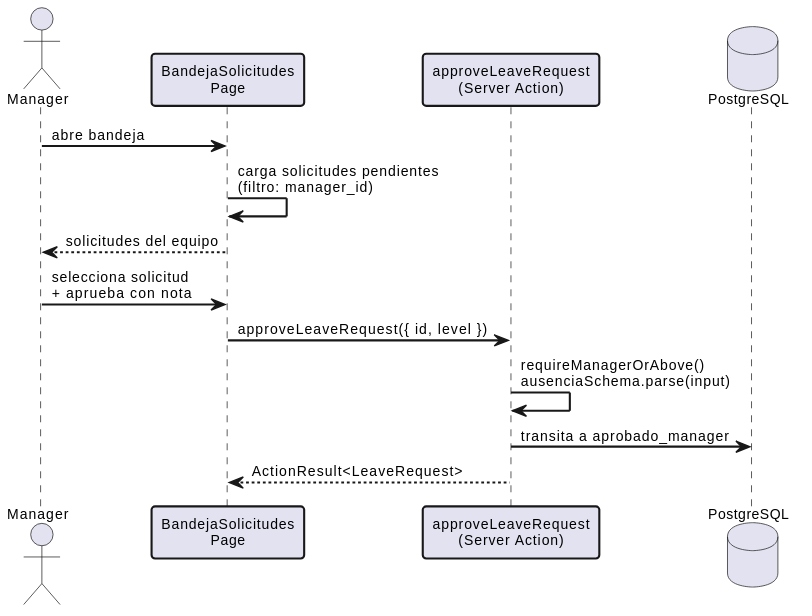
lostal/seven-suite keeps this PlantUML diagram as modelosUML/svg/seqGestionarSolicitud.svg. Above is the earlier version. Its diagram source:
```plantuml
@startuml
skinparam linetype polyline
skinparam defaultFontName Arial
skinparam defaultFontSize 10
skinparam sequenceArrowThickness 1.5
skinparam participantBorderThickness 1.5
skinparam shadowing false

actor Manager as M
participant "BandejaSolicitudes\nPage" as Page
participant "approveLeaveRequest\n(Server Action)" as Action
database "PostgreSQL" as DB

M -> Page: abre bandeja

Page -> Page: carga solicitudes pendientes\n(filtro: manager_id)

Page --> M: solicitudes del equipo

M -> Page: selecciona solicitud\n+ aprueba con nota

Page -> Action: approveLeaveRequest({ id, level })

Action -> Action: requireManagerOrAbove()\nausenciaSchema.parse(input)

Action -> DB: transita a aprobado_manager

Action --> Page: ActionResult<LeaveRequest>
@enduml
```
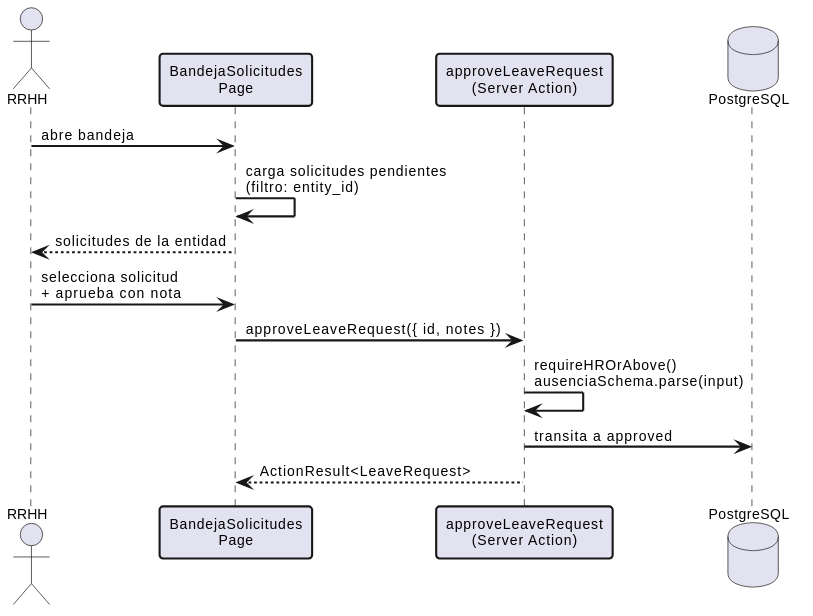
Above is the later version.

Change to the diagram source:
```diff
@@ -1,4 +1,5 @@
 @startuml
+skinparam backgroundColor #FFFFFF
 skinparam linetype polyline
 skinparam defaultFontName Arial
 skinparam defaultFontSize 10
@@ -6,24 +7,24 @@
 skinparam participantBorderThickness 1.5
 skinparam shadowing false
 
-actor Manager as M
+actor RRHH as R
 participant "BandejaSolicitudes\nPage" as Page
 participant "approveLeaveRequest\n(Server Action)" as Action
 database "PostgreSQL" as DB
 
-M -> Page: abre bandeja
+R -> Page: abre bandeja
 
-Page -> Page: carga solicitudes pendientes\n(filtro: manager_id)
+Page -> Page: carga solicitudes pendientes\n(filtro: entity_id)
 
-Page --> M: solicitudes del equipo
+Page --> R: solicitudes de la entidad
 
-M -> Page: selecciona solicitud\n+ aprueba con nota
+R -> Page: selecciona solicitud\n+ aprueba con nota
 
-Page -> Action: approveLeaveRequest({ id, level })
+Page -> Action: approveLeaveRequest({ id, notes })
 
-Action -> Action: requireManagerOrAbove()\nausenciaSchema.parse(input)
+Action -> Action: requireHROrAbove()\nausenciaSchema.parse(input)
 
-Action -> DB: transita a aprobado_manager
+Action -> DB: transita a approved
 
 Action --> Page: ActionResult<LeaveRequest>
 @enduml
```
